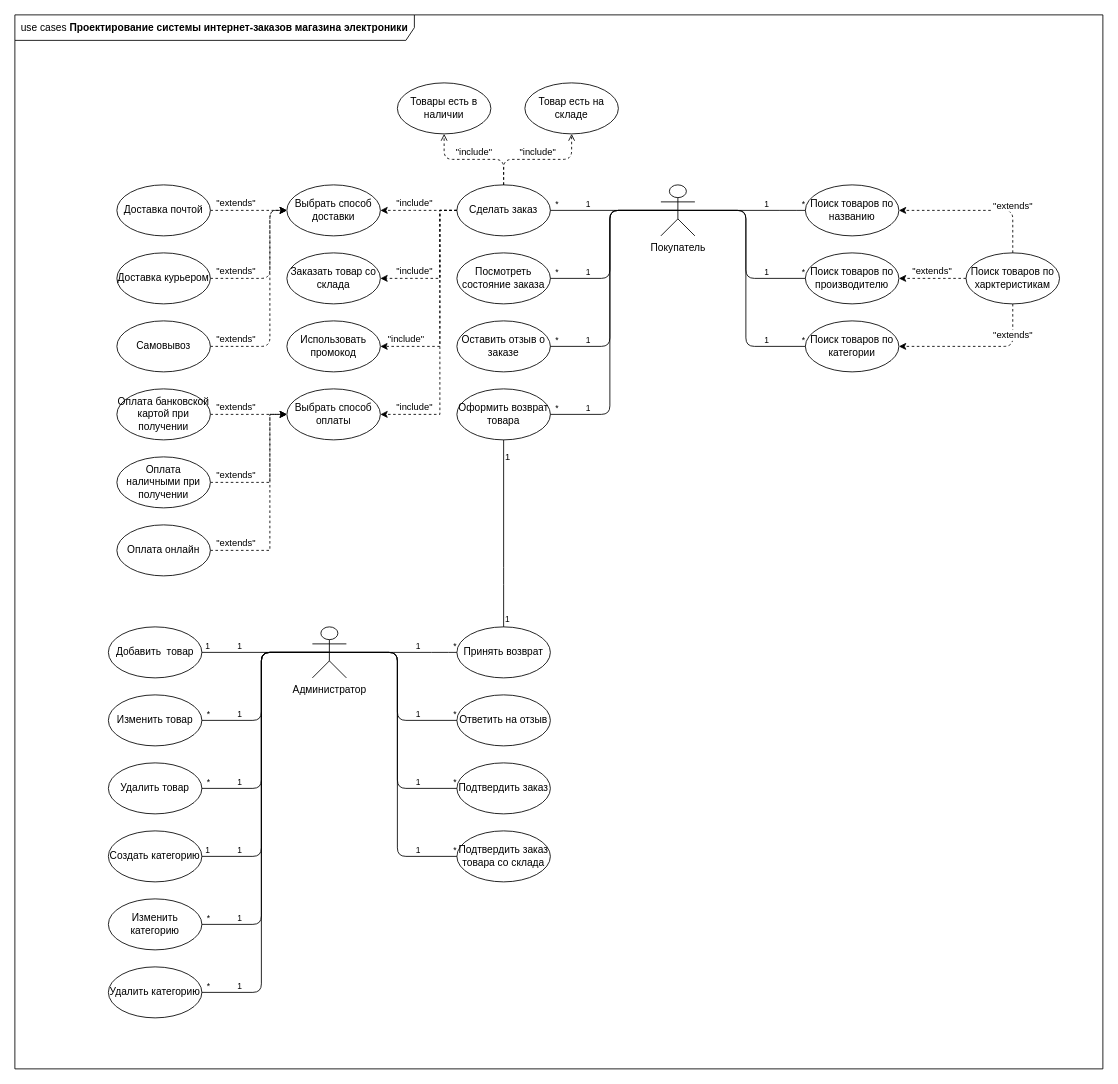
Earlier version of the draw.io diagram use_case.drawio (randomunrandom/MSS). Source tidied: cells renumbered, new cells numbered last; positions are measured from the earlier drawing's top-left corner, leaving out a move shared by most shapes. Both pictures are drawn from the tidied source at 85%, with x=0, y=0 at pixel (14, 14).
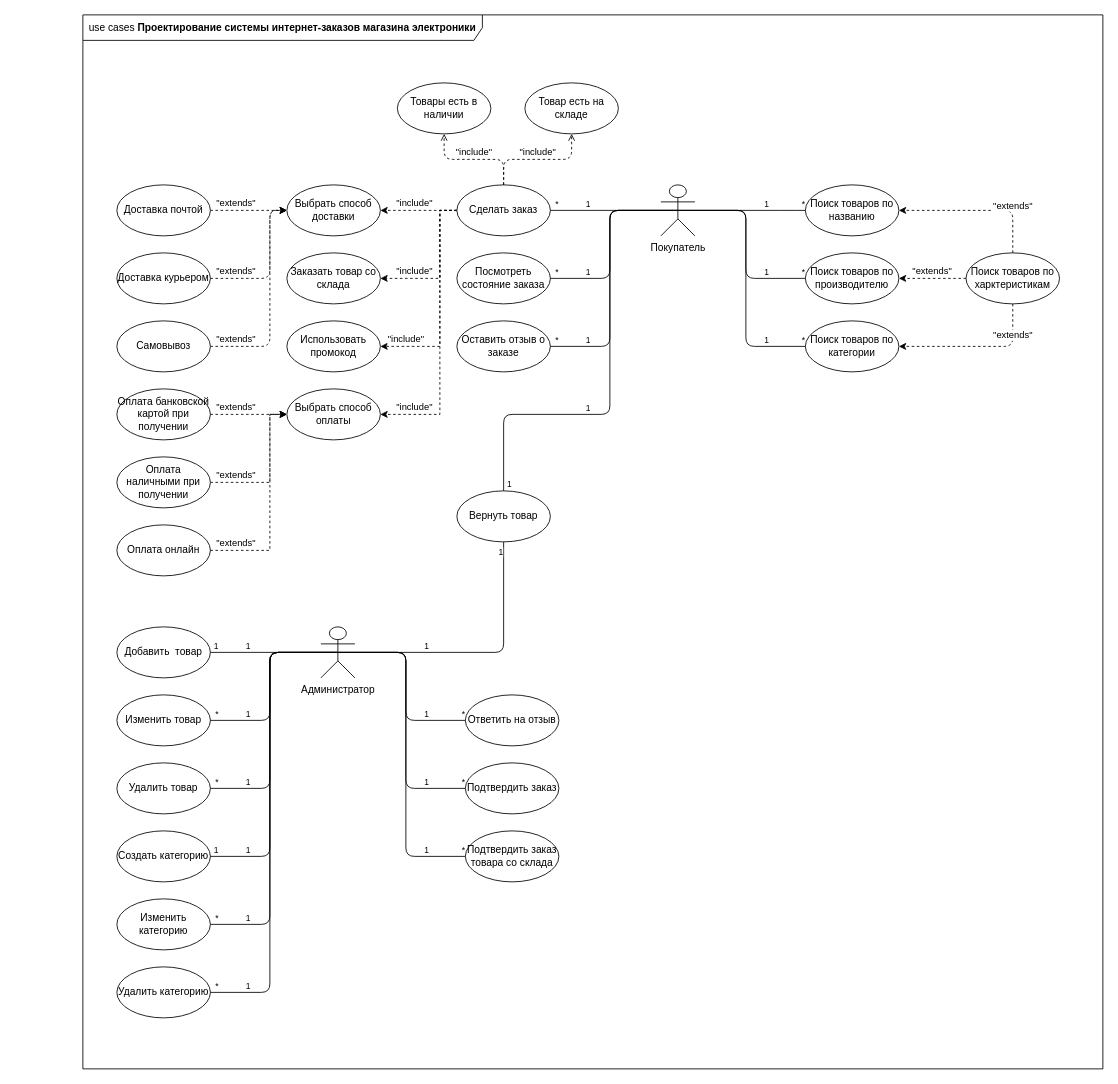
Above is the later version.

The change refers to these unchanged cells:
```xml
<mxCell id="3" value="Покупатель" style="shape=umlActor;verticalLabelPosition=bottom;labelBackgroundColor=#ffffff;verticalAlign=top;html=1;" parent="1" vertex="1">
  <mxGeometry x="760" y="200" width="40" height="60" as="geometry" />
</mxCell>
```

The edit, as a diff of the source:
```diff
@@
     <mxCell id="2" value="use cases &lt;b&gt;Проектирование системы интернет-заказов магазина электроники&lt;/b&gt;" style="shape=umlFrame;whiteSpace=wrap;html=1;width=470;height=30;" parent="1" vertex="1">
-      <mxGeometry width="1280" height="1240" as="geometry" />
+      <mxGeometry x="80" width="1200" height="1240" as="geometry" />
     </mxCell>
@@
-    <mxCell id="55" value="Оформить возврат товара" style="ellipse;whiteSpace=wrap;html=1;fontFamily=Helvetica;fontSize=12;fontColor=#000000;align=center;strokeColor=#000000;fillColor=#ffffff;" parent="1" vertex="1">
-      <mxGeometry x="520" y="440" width="110" height="60" as="geometry" />
+    <mxCell id="55" value="Вернуть товар" style="ellipse;whiteSpace=wrap;html=1;fontFamily=Helvetica;fontSize=12;fontColor=#000000;align=center;strokeColor=#000000;fillColor=#ffffff;" parent="1" vertex="1">
+      <mxGeometry x="520" y="560" width="110" height="60" as="geometry" />
     </mxCell>
-    <mxCell id="56" style="endArrow=none;html=1;edgeStyle=orthogonalEdgeStyle;align=right;exitX=0.5;exitY=0.5;exitDx=0;exitDy=0;exitPerimeter=0;entryX=1;entryY=0.5;entryDx=0;entryDy=0;" parent="1" edge="1" source="3" target="55">
+    <mxCell id="56" style="endArrow=none;html=1;edgeStyle=orthogonalEdgeStyle;align=right;exitX=0.5;exitY=0.5;exitDx=0;exitDy=0;exitPerimeter=0;entryX=0.5;entryY=0;entryDx=0;entryDy=0;" parent="1" edge="1" source="3" target="55">
       <mxGeometry relative="1" as="geometry">
         <Array as="points">
           <mxPoint x="700" y="230" />
           <mxPoint x="700" y="470" />
+          <mxPoint x="575" y="470" />
         </Array>
       </mxGeometry>
     </mxCell>
@@
-    <mxCell id="58" value="*" style="html=1;align=right;verticalAlign=bottom;labelBackgroundColor=#ffffff;fontSize=10;" parent="56" vertex="1">
+    <mxCell id="58" value="1" style="html=1;align=right;verticalAlign=bottom;labelBackgroundColor=#ffffff;fontSize=10;" parent="56" vertex="1">
       <mxGeometry x="1" relative="1" as="geometry">
         <mxPoint x="10.1" as="offset" />
       </mxGeometry>
     </mxCell>
@@
     <mxCell id="60" value="Администратор" style="shape=umlActor;verticalLabelPosition=bottom;labelBackgroundColor=#ffffff;verticalAlign=top;html=1;" parent="1" vertex="1">
-      <mxGeometry x="350" y="720" width="40" height="60" as="geometry" />
+      <mxGeometry x="360" y="720" width="40" height="60" as="geometry" />
     </mxCell>
     <mxCell id="61" value="Добавить&amp;nbsp; товар" style="ellipse;whiteSpace=wrap;html=1;fontFamily=Helvetica;fontSize=12;fontColor=#000000;align=center;strokeColor=#000000;fillColor=#ffffff;" parent="1" vertex="1">
-      <mxGeometry x="110" y="720" width="110" height="60" as="geometry" />
+      <mxGeometry x="120" y="720" width="110" height="60" as="geometry" />
     </mxCell>
@@
     <mxCell id="65" value="Изменить товар" style="ellipse;whiteSpace=wrap;html=1;fontFamily=Helvetica;fontSize=12;fontColor=#000000;align=center;strokeColor=#000000;fillColor=#ffffff;" parent="1" vertex="1">
-      <mxGeometry x="110" y="800" width="110" height="60" as="geometry" />
+      <mxGeometry x="120" y="800" width="110" height="60" as="geometry" />
     </mxCell>
     <mxCell id="66" style="endArrow=none;html=1;edgeStyle=orthogonalEdgeStyle;align=right;entryX=1;entryY=0.5;entryDx=0;entryDy=0;exitX=0.5;exitY=0.5;exitDx=0;exitDy=0;exitPerimeter=0;" parent="1" edge="1" source="60" target="65">
       <mxGeometry relative="1" as="geometry">
         <Array as="points">
-          <mxPoint x="290" y="750" />
-          <mxPoint x="290" y="830" />
+          <mxPoint x="300" y="750" />
+          <mxPoint x="300" y="830" />
         </Array>
       </mxGeometry>
     </mxCell>
@@
     <mxCell id="69" value="&lt;div&gt;Удалить товар&lt;/div&gt;" style="ellipse;whiteSpace=wrap;html=1;fontFamily=Helvetica;fontSize=12;fontColor=#000000;align=center;strokeColor=#000000;fillColor=#ffffff;" parent="1" vertex="1">
-      <mxGeometry x="110" y="880" width="110" height="60" as="geometry" />
+      <mxGeometry x="120" y="880" width="110" height="60" as="geometry" />
     </mxCell>
     <mxCell id="70" style="endArrow=none;html=1;edgeStyle=orthogonalEdgeStyle;align=right;exitX=0.5;exitY=0.5;exitDx=0;exitDy=0;exitPerimeter=0;entryX=1;entryY=0.5;entryDx=0;entryDy=0;" parent="1" edge="1" source="60" target="69">
       <mxGeometry relative="1" as="geometry">
         <Array as="points">
-          <mxPoint x="290" y="750" />
-          <mxPoint x="290" y="910" />
+          <mxPoint x="300" y="750" />
+          <mxPoint x="300" y="910" />
         </Array>
       </mxGeometry>
     </mxCell>
@@
-    <mxCell id="73" value="Принять возврат" style="ellipse;whiteSpace=wrap;html=1;fontFamily=Helvetica;fontSize=12;fontColor=#000000;align=center;strokeColor=#000000;fillColor=#ffffff;" parent="1" vertex="1">
-      <mxGeometry x="520" y="720" width="110" height="60" as="geometry" />
-    </mxCell>
-    <mxCell id="74" style="endArrow=none;html=1;edgeStyle=orthogonalEdgeStyle;align=right;exitX=0.5;exitY=0.5;exitDx=0;exitDy=0;exitPerimeter=0;entryX=0;entryY=0.5;entryDx=0;entryDy=0;" parent="1" edge="1" source="60" target="73">
+    <mxCell id="74" style="endArrow=none;html=1;edgeStyle=orthogonalEdgeStyle;align=right;exitX=0.5;exitY=0.5;exitDx=0;exitDy=0;exitPerimeter=0;entryX=0.5;entryY=1;entryDx=0;entryDy=0;" parent="1" edge="1" source="60" target="55">
       <mxGeometry relative="1" as="geometry">
         <Array as="points">
-          <mxPoint x="500" y="750" />
-          <mxPoint x="500" y="750" />
+          <mxPoint x="575" y="750" />
         </Array>
       </mxGeometry>
     </mxCell>
@@
-    <mxCell id="76" value="*" style="html=1;align=right;verticalAlign=bottom;labelBackgroundColor=#ffffff;fontSize=10;" parent="74" vertex="1">
-      <mxGeometry x="1" relative="1" as="geometry" />
+    <mxCell id="76" value="1" style="html=1;align=right;verticalAlign=bottom;labelBackgroundColor=#ffffff;fontSize=10;" parent="74" vertex="1">
+      <mxGeometry x="1" relative="1" as="geometry">
+        <mxPoint y="20.2" as="offset" />
+      </mxGeometry>
     </mxCell>
     <mxCell id="77" value="Ответить на отзыв" style="ellipse;whiteSpace=wrap;html=1;fontFamily=Helvetica;fontSize=12;fontColor=#000000;align=center;strokeColor=#000000;fillColor=#ffffff;" parent="1" vertex="1">
-      <mxGeometry x="520" y="800" width="110" height="60" as="geometry" />
+      <mxGeometry x="530" y="800" width="110" height="60" as="geometry" />
     </mxCell>
     <mxCell id="78" style="endArrow=none;html=1;edgeStyle=orthogonalEdgeStyle;align=right;exitX=0.5;exitY=0.5;exitDx=0;exitDy=0;exitPerimeter=0;entryX=0;entryY=0.5;entryDx=0;entryDy=0;" parent="1" edge="1" source="60" target="77">
       <mxGeometry relative="1" as="geometry">
         <Array as="points">
-          <mxPoint x="450" y="750" />
-          <mxPoint x="450" y="830" />
+          <mxPoint x="460" y="750" />
+          <mxPoint x="460" y="830" />
         </Array>
       </mxGeometry>
     </mxCell>
@@
     <mxCell id="81" value="Подтвердить заказ" style="ellipse;whiteSpace=wrap;html=1;fontFamily=Helvetica;fontSize=12;fontColor=#000000;align=center;strokeColor=#000000;fillColor=#ffffff;" parent="1" vertex="1">
-      <mxGeometry x="520" y="880" width="110" height="60" as="geometry" />
+      <mxGeometry x="530" y="880" width="110" height="60" as="geometry" />
     </mxCell>
     <mxCell id="82" style="endArrow=none;html=1;edgeStyle=orthogonalEdgeStyle;align=right;exitX=0.5;exitY=0.5;exitDx=0;exitDy=0;exitPerimeter=0;entryX=0;entryY=0.5;entryDx=0;entryDy=0;" parent="1" edge="1" source="60" target="81">
       <mxGeometry relative="1" as="geometry">
         <Array as="points">
-          <mxPoint x="450" y="750" />
-          <mxPoint x="450" y="910" />
+          <mxPoint x="460" y="750" />
+          <mxPoint x="460" y="910" />
         </Array>
       </mxGeometry>
     </mxCell>
@@
     <mxCell id="85" value="Создать категорию" style="ellipse;whiteSpace=wrap;html=1;fontFamily=Helvetica;fontSize=12;fontColor=#000000;align=center;strokeColor=#000000;fillColor=#ffffff;" parent="1" vertex="1">
-      <mxGeometry x="110" y="960" width="110" height="60" as="geometry" />
+      <mxGeometry x="120" y="960" width="110" height="60" as="geometry" />
     </mxCell>
     <mxCell id="86" style="endArrow=none;html=1;edgeStyle=orthogonalEdgeStyle;align=right;exitX=0.5;exitY=0.5;exitDx=0;exitDy=0;exitPerimeter=0;entryX=1;entryY=0.5;entryDx=0;entryDy=0;" parent="1" edge="1" source="60" target="85">
       <mxGeometry relative="1" as="geometry">
         <Array as="points">
-          <mxPoint x="290" y="750" />
-          <mxPoint x="290" y="990" />
+          <mxPoint x="300" y="750" />
+          <mxPoint x="300" y="990" />
         </Array>
       </mxGeometry>
     </mxCell>
@@
     <mxCell id="89" value="Изменить категорию" style="ellipse;whiteSpace=wrap;html=1;fontFamily=Helvetica;fontSize=12;fontColor=#000000;align=center;strokeColor=#000000;fillColor=#ffffff;" parent="1" vertex="1">
-      <mxGeometry x="110" y="1040" width="110" height="60" as="geometry" />
+      <mxGeometry x="120" y="1040" width="110" height="60" as="geometry" />
     </mxCell>
     <mxCell id="90" style="endArrow=none;html=1;edgeStyle=orthogonalEdgeStyle;align=right;entryX=1;entryY=0.5;entryDx=0;entryDy=0;exitX=0.5;exitY=0.5;exitDx=0;exitDy=0;exitPerimeter=0;" parent="1" edge="1" source="60" target="89">
       <mxGeometry relative="1" as="geometry">
         <Array as="points">
-          <mxPoint x="290" y="750" />
-          <mxPoint x="290" y="1070" />
+          <mxPoint x="300" y="750" />
+          <mxPoint x="300" y="1070" />
         </Array>
       </mxGeometry>
     </mxCell>
@@
     <mxCell id="93" value="Удалить категорию" style="ellipse;whiteSpace=wrap;html=1;fontFamily=Helvetica;fontSize=12;fontColor=#000000;align=center;strokeColor=#000000;fillColor=#ffffff;" parent="1" vertex="1">
-      <mxGeometry x="110" y="1120" width="110" height="60" as="geometry" />
+      <mxGeometry x="120" y="1120" width="110" height="60" as="geometry" />
     </mxCell>
     <mxCell id="94" style="endArrow=none;html=1;edgeStyle=orthogonalEdgeStyle;align=right;entryX=1;entryY=0.5;entryDx=0;entryDy=0;exitX=0.5;exitY=0.5;exitDx=0;exitDy=0;exitPerimeter=0;" parent="1" edge="1" source="60" target="93">
       <mxGeometry relative="1" as="geometry">
         <Array as="points">
-          <mxPoint x="290" y="750" />
-          <mxPoint x="290" y="1150" />
+          <mxPoint x="300" y="750" />
+          <mxPoint x="300" y="1150" />
         </Array>
       </mxGeometry>
     </mxCell>
@@
     <mxCell id="97" value="Подтвердить заказ товара со склада" style="ellipse;whiteSpace=wrap;html=1;fontFamily=Helvetica;fontSize=12;fontColor=#000000;align=center;strokeColor=#000000;fillColor=#ffffff;" parent="1" vertex="1">
-      <mxGeometry x="520" y="960" width="110" height="60" as="geometry" />
+      <mxGeometry x="530" y="960" width="110" height="60" as="geometry" />
     </mxCell>
     <mxCell id="98" style="endArrow=none;html=1;edgeStyle=orthogonalEdgeStyle;align=right;entryX=0;entryY=0.5;entryDx=0;entryDy=0;exitX=0.5;exitY=0.5;exitDx=0;exitDy=0;exitPerimeter=0;" parent="1" edge="1" source="60" target="97">
       <mxGeometry relative="1" as="geometry">
         <Array as="points">
-          <mxPoint x="450" y="750" />
-          <mxPoint x="450" y="990" />
+          <mxPoint x="460" y="750" />
+          <mxPoint x="460" y="990" />
         </Array>
       </mxGeometry>
     </mxCell>
@@
-    <mxCell id="101" value="1" style="endArrow=none;html=1;edgeStyle=orthogonalEdgeStyle;align=left;exitX=0.5;exitY=0;exitDx=0;exitDy=0;" parent="1" edge="1" source="73" target="55">
-      <mxGeometry x="0.82" relative="1" as="geometry">
-        <Array as="points">
-          <mxPoint x="575" y="660" />
-          <mxPoint x="575" y="660" />
-        </Array>
-      </mxGeometry>
-    </mxCell>
-    <mxCell id="102" value="1" style="html=1;align=left;verticalAlign=middle;labelBackgroundColor=#ffffff;fontSize=10;" parent="101" vertex="1">
-      <mxGeometry x="-1" relative="1" as="geometry">
-        <mxPoint y="-10" as="offset" />
-      </mxGeometry>
-    </mxCell>
```
